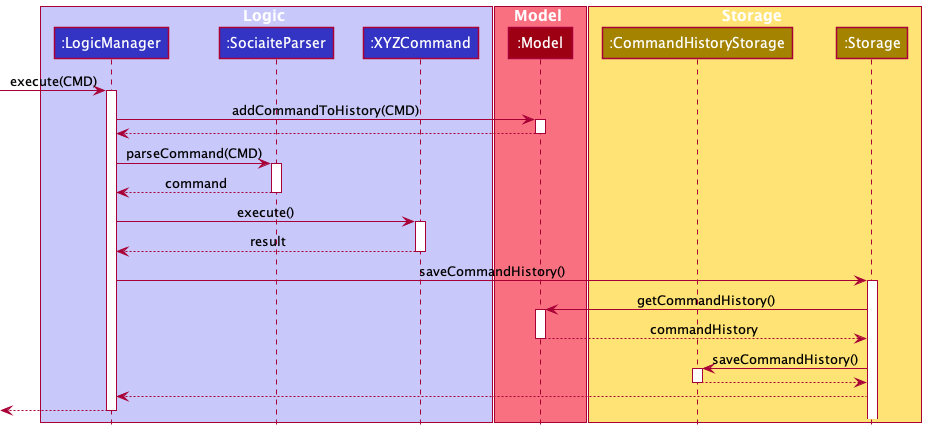
Earlier version of the PlantUML export docs/images/CommandHistorySequenceDiagram.png (stanley-1/tp). Source of this version:
```plantuml
@startuml
!include style.puml

box Logic LOGIC_COLOR_T1
participant ":LogicManager" as LogicManager LOGIC_COLOR
participant ":SociaiteParser" as SocialiteParser LOGIC_COLOR
participant ":XYZCommand" as XYZcommand LOGIC_COLOR
end box

box Model MODEL_COLOR_T1
participant ":Model" as Model MODEL_COLOR
end box


box Storage STORAGE_COLOR_T1
participant ":CommandHistoryStorage" as CommandHistoryStorage STORAGE_COLOR
participant ":Storage" as Storage STORAGE_COLOR
end box



[-> LogicManager : execute(CMD)
activate LogicManager

LogicManager -> Model : addCommandToHistory(CMD)
activate Model
Model --> LogicManager
deactivate Model

LogicManager -> SocialiteParser : parseCommand(CMD)
activate SocialiteParser
SocialiteParser --> LogicManager : command
deactivate SocialiteParser


LogicManager -> XYZcommand : execute()
activate XYZcommand
XYZcommand --> LogicManager : result
deactivate XYZcommand

LogicManager -> Storage : saveCommandHistory()
activate Storage
Storage -> Model : getCommandHistory()
activate Model
Model --> Storage : commandHistory
deactivate Model

Storage -> CommandHistoryStorage : saveCommandHistory()
activate CommandHistoryStorage
CommandHistoryStorage --> Storage
deactivate CommandHistoryStorage


Storage --> LogicManager

[<--LogicManager
deactivate LogicManager
@enduml
```
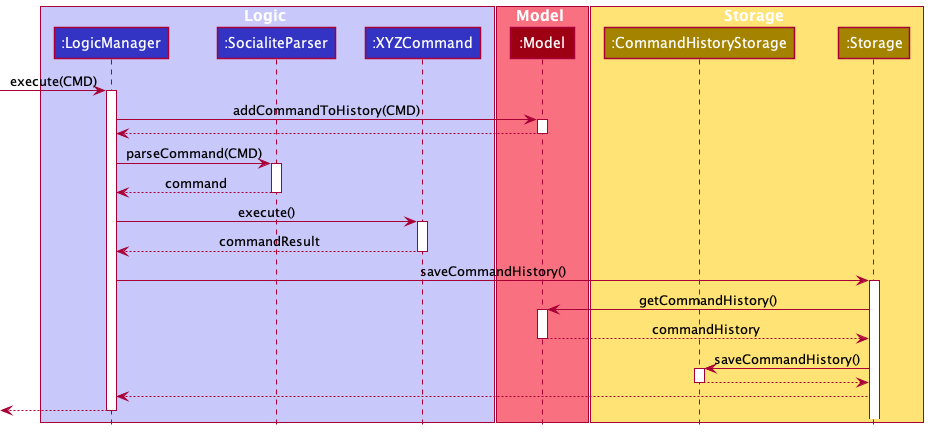
The same file after the commit.

The edit, as a diff of the source:
```diff
@@ -3,7 +3,7 @@
 
 box Logic LOGIC_COLOR_T1
 participant ":LogicManager" as LogicManager LOGIC_COLOR
-participant ":SociaiteParser" as SocialiteParser LOGIC_COLOR
+participant ":SocialiteParser" as SocialiteParser LOGIC_COLOR
 participant ":XYZCommand" as XYZcommand LOGIC_COLOR
 end box
 
@@ -35,7 +35,7 @@
 
 LogicManager -> XYZcommand : execute()
 activate XYZcommand
-XYZcommand --> LogicManager : result
+XYZcommand --> LogicManager : commandResult
 deactivate XYZcommand
 
 LogicManager -> Storage : saveCommandHistory()
```
